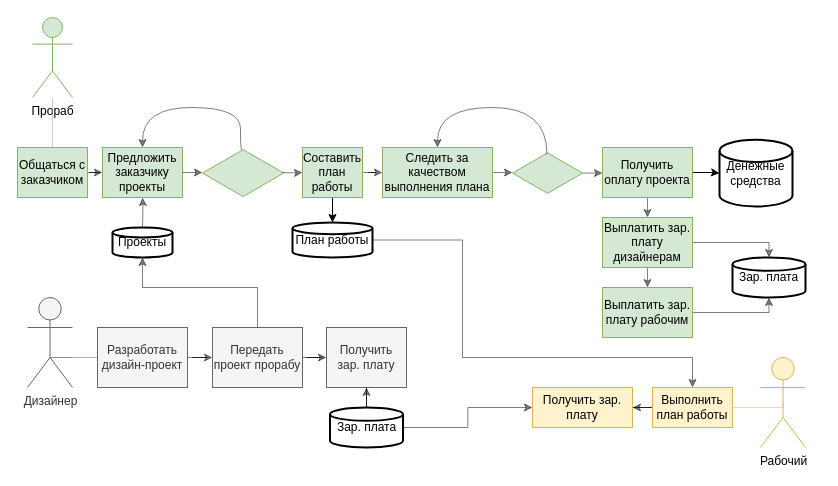
The draw.io diagram DFDprorab.drawio in LeraMrmr/ZiminaLera, before the edit. Source tidied: cells renumbered, new cells numbered last; positions are measured from the earlier drawing's top-left corner, leaving out a move shared by most shapes. Both pictures are drawn from the tidied source at 100%, with x=0, y=0 at pixel (17, 17).
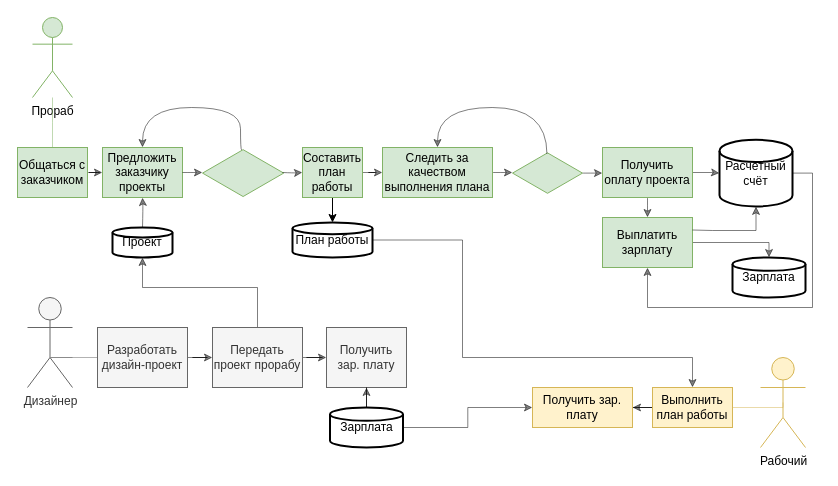
Above is the later version.

The change refers to these unchanged cells:
```xml
<mxCell id="24" value="Получить оплату проекта" style="rounded=0;whiteSpace=wrap;html=1;fillColor=#d5e8d4;strokeColor=#82b366;" parent="1" vertex="1">
  <mxGeometry x="585" y="130" width="90" height="50" as="geometry" />
</mxCell>
```

Diff of the diagram source:
```diff
@@
-    <mxCell id="13" style="edgeStyle=orthogonalEdgeStyle;curved=1;jettySize=auto;html=1;exitX=0.5;exitY=1;exitDx=0;exitDy=0;entryX=0.5;entryY=0;entryDx=0;entryDy=0;opacity=50;" parent="1" edge="1" source="15" target="17">
-      <mxGeometry relative="1" as="geometry" />
-    </mxCell>
@@
-    <mxCell id="15" value="Выплатить зар. плату дизайнерам" style="rounded=0;whiteSpace=wrap;html=1;fillColor=#d5e8d4;strokeColor=#82b366;" parent="1" vertex="1">
+    <mxCell id="15" value="Выплатить зарплату" style="rounded=0;whiteSpace=wrap;html=1;fillColor=#d5e8d4;strokeColor=#82b366;" parent="1" vertex="1">
       <mxGeometry x="585" y="200" width="90" height="50" as="geometry" />
     </mxCell>
-    <mxCell id="16" style="edgeStyle=orthogonalEdgeStyle;rounded=0;jettySize=auto;html=1;entryX=0.5;entryY=1;entryDx=0;entryDy=0;entryPerimeter=0;opacity=50;" parent="1" edge="1" source="17" target="40">
-      <mxGeometry relative="1" as="geometry">
-        <Array as="points">
-          <mxPoint x="752" y="295" />
-        </Array>
-      </mxGeometry>
-    </mxCell>
-    <mxCell id="17" value="Выплатить зар. плату рабочим" style="rounded=0;whiteSpace=wrap;html=1;fillColor=#d5e8d4;strokeColor=#82b366;" parent="1" vertex="1">
-      <mxGeometry x="585" y="270" width="90" height="50" as="geometry" />
-    </mxCell>
@@
-    <mxCell id="23" style="edgeStyle=orthogonalEdgeStyle;rounded=0;jettySize=auto;html=1;" parent="1" edge="1" source="24" target="31">
+    <mxCell id="23" style="edgeStyle=orthogonalEdgeStyle;rounded=0;jettySize=auto;html=1;opacity=50;" parent="1" edge="1" source="24" target="31">
       <mxGeometry relative="1" as="geometry" />
     </mxCell>
@@
-    <mxCell id="30" value="Проекты" style="strokeWidth=2;html=1;shape=mxgraph.flowchart.database;whiteSpace=wrap;" parent="1" vertex="1">
+    <mxCell id="30" value="Проект" style="strokeWidth=2;html=1;shape=mxgraph.flowchart.database;whiteSpace=wrap;" parent="1" vertex="1">
       <mxGeometry x="95" y="210" width="60" height="30" as="geometry" />
     </mxCell>
+    <mxCell id="49" style="edgeStyle=orthogonalEdgeStyle;rounded=0;jettySize=auto;html=1;entryX=0.5;entryY=1;entryDx=0;entryDy=0;opacity=50;" parent="1" edge="1" source="31" target="15">
+      <mxGeometry relative="1" as="geometry">
+        <Array as="points">
+          <mxPoint x="795" y="156" />
+          <mxPoint x="795" y="290" />
+          <mxPoint x="630" y="290" />
+        </Array>
+      </mxGeometry>
+    </mxCell>
+    <mxCell id="50" style="edgeStyle=orthogonalEdgeStyle;rounded=0;jettySize=auto;html=1;entryX=1;entryY=0.25;entryDx=0;entryDy=0;endArrow=none;endFill=0;startArrow=classic;startFill=1;opacity=50;" parent="1" edge="1" source="31" target="15">
+      <mxGeometry relative="1" as="geometry">
+        <Array as="points">
+          <mxPoint x="739" y="213" />
+          <mxPoint x="695" y="213" />
+        </Array>
+      </mxGeometry>
+    </mxCell>
-    <mxCell id="31" value="Денежные средства" style="strokeWidth=2;html=1;shape=mxgraph.flowchart.database;whiteSpace=wrap;" parent="1" vertex="1">
+    <mxCell id="31" value="Расчётный счёт" style="strokeWidth=2;html=1;shape=mxgraph.flowchart.database;whiteSpace=wrap;" parent="1" vertex="1">
       <mxGeometry x="702" y="122.3" width="73" height="66.6" as="geometry" />
     </mxCell>
@@
-    <mxCell id="40" value="Зар. плата" style="strokeWidth=2;html=1;shape=mxgraph.flowchart.database;whiteSpace=wrap;" parent="1" vertex="1">
+    <mxCell id="40" value="Зарплата" style="strokeWidth=2;html=1;shape=mxgraph.flowchart.database;whiteSpace=wrap;" parent="1" vertex="1">
       <mxGeometry x="715" y="240" width="73" height="40" as="geometry" />
     </mxCell>
@@
-    <mxCell id="43" value="Зар. плата" style="strokeWidth=2;html=1;shape=mxgraph.flowchart.database;whiteSpace=wrap;" parent="1" vertex="1">
+    <mxCell id="43" value="Зарплата" style="strokeWidth=2;html=1;shape=mxgraph.flowchart.database;whiteSpace=wrap;" parent="1" vertex="1">
       <mxGeometry x="312.5" y="390" width="73" height="40" as="geometry" />
     </mxCell>
```
